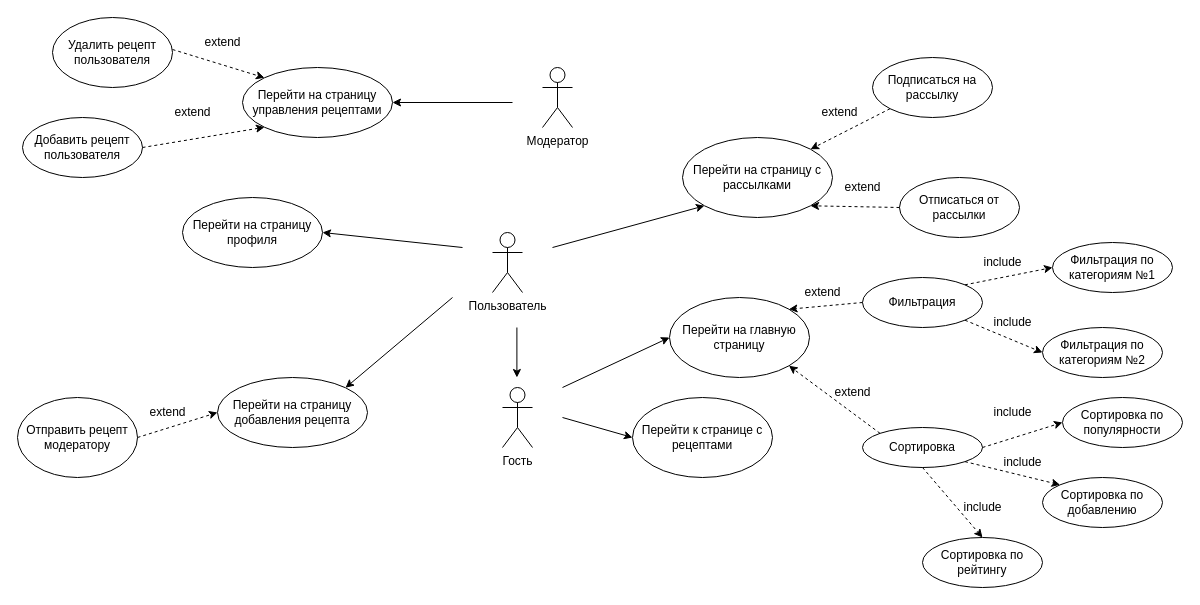
This is page "Use-case" (1 of 4) of img/Диаграмма без названия.drawio from Discordiks/Pink_girls, a draw.io file, before an edit. Source tidied: cells renumbered, new cells numbered last; positions are measured from the earlier drawing's top-left corner, leaving out a move shared by most shapes. Both pictures are drawn from the tidied source at 100%, with x=0, y=0 at pixel (17, 17).
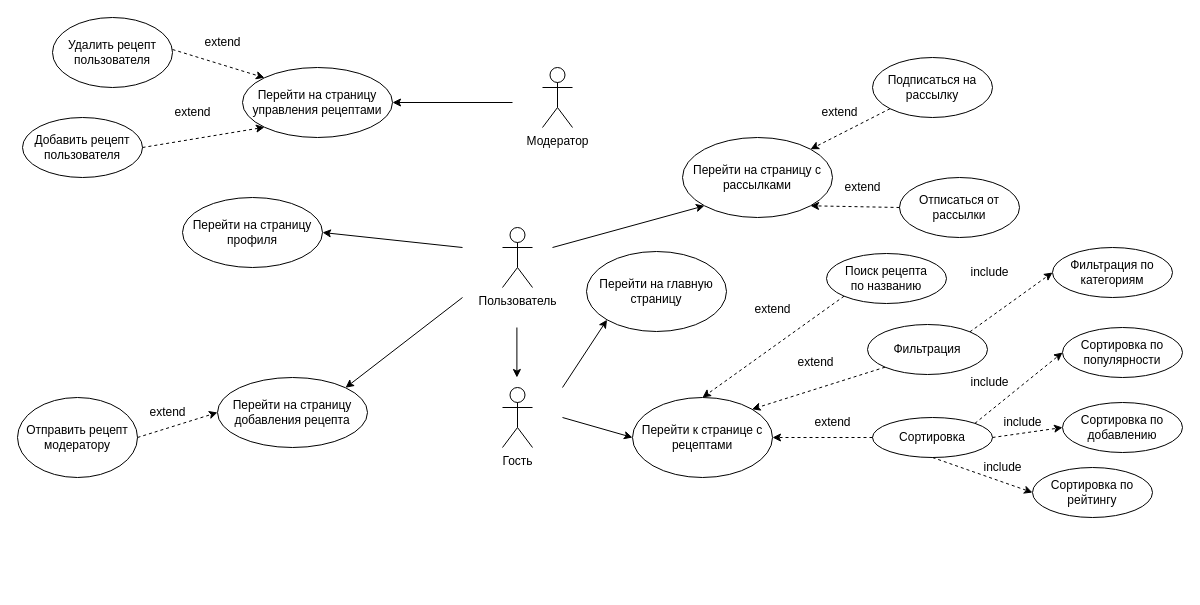
Above is the later version.

The change refers to these unchanged cells:
```xml
<mxCell id="6" value="Перейти к странице с рецептами" style="ellipse;whiteSpace=wrap;html=1;" parent="1" vertex="1">
  <mxGeometry x="615" y="380" width="140" height="80" as="geometry" />
</mxCell>
<mxCell id="11" value="Перейти на страницу добавления рецепта" style="ellipse;whiteSpace=wrap;html=1;" parent="1" vertex="1">
  <mxGeometry x="200" y="360" width="150" height="70" as="geometry" />
</mxCell>
```

The edit, as a diff of the source:
```diff
@@
     <mxCell id="3" value="Пользователь" style="shape=umlActor;verticalLabelPosition=bottom;verticalAlign=top;html=1;" parent="1" vertex="1">
-      <mxGeometry x="475" y="215" width="30" height="60" as="geometry" />
+      <mxGeometry x="485" y="210" width="30" height="60" as="geometry" />
     </mxCell>
     <mxCell id="4" value="Перейти на главную страницу" style="ellipse;whiteSpace=wrap;html=1;" parent="1" vertex="1">
-      <mxGeometry x="652" y="280" width="140" height="80" as="geometry" />
+      <mxGeometry x="569" y="234" width="140" height="80" as="geometry" />
     </mxCell>
@@
     <mxCell id="12" value="Фильтрация" style="ellipse;whiteSpace=wrap;html=1;" parent="1" vertex="1">
-      <mxGeometry x="845" y="260" width="120" height="50" as="geometry" />
+      <mxGeometry x="850" y="307" width="120" height="50" as="geometry" />
     </mxCell>
     <mxCell id="13" value="Сортировка" style="ellipse;whiteSpace=wrap;html=1;" parent="1" vertex="1">
-      <mxGeometry x="845" y="410" width="120" height="40" as="geometry" />
+      <mxGeometry x="855" y="400" width="120" height="40" as="geometry" />
     </mxCell>
     <mxCell id="14" value="Сортировка по популярности" style="ellipse;whiteSpace=wrap;html=1;" parent="1" vertex="1">
-      <mxGeometry x="1045" y="380" width="120" height="50" as="geometry" />
+      <mxGeometry x="1045" y="310" width="120" height="50" as="geometry" />
     </mxCell>
     <mxCell id="15" value="Сортировка по добавлению" style="ellipse;whiteSpace=wrap;html=1;" parent="1" vertex="1">
-      <mxGeometry x="1025" y="460" width="120" height="50" as="geometry" />
+      <mxGeometry x="1045" y="385" width="120" height="50" as="geometry" />
     </mxCell>
     <mxCell id="16" value="&lt;div&gt;Сортировка по рейтингу&lt;/div&gt;" style="ellipse;whiteSpace=wrap;html=1;" parent="1" vertex="1">
-      <mxGeometry x="905" y="520" width="120" height="50" as="geometry" />
+      <mxGeometry x="1015" y="450" width="120" height="50" as="geometry" />
     </mxCell>
-    <mxCell id="17" value="Фильтрация по категориям №1" style="ellipse;whiteSpace=wrap;html=1;" parent="1" vertex="1">
-      <mxGeometry x="1035" y="225" width="120" height="50" as="geometry" />
+    <mxCell id="17" value="Фильтрация по категориям" style="ellipse;whiteSpace=wrap;html=1;" parent="1" vertex="1">
+      <mxGeometry x="1035" y="230" width="120" height="50" as="geometry" />
     </mxCell>
-    <mxCell id="18" value="Фильтрация по категориям №2" style="ellipse;whiteSpace=wrap;html=1;" parent="1" vertex="1">
-      <mxGeometry x="1025" y="310" width="120" height="50" as="geometry" />
-    </mxCell>
@@
     <mxCell id="20" style="endArrow=classic;html=1;rounded=0;entryX=1;entryY=0;entryDx=0;entryDy=0;" parent="1" edge="1" target="11">
       <mxGeometry relative="1" as="geometry">
-        <mxPoint x="435" y="280" as="sourcePoint" />
+        <mxPoint x="445" y="280" as="sourcePoint" />
       </mxGeometry>
     </mxCell>
@@
-    <mxCell id="24" style="endArrow=classic;html=1;rounded=0;entryX=0;entryY=0.5;entryDx=0;entryDy=0;" parent="1" edge="1" target="4">
+    <mxCell id="24" style="endArrow=classic;html=1;rounded=0;entryX=0;entryY=1;entryDx=0;entryDy=0;" parent="1" edge="1" target="4">
       <mxGeometry relative="1" as="geometry">
         <mxPoint x="545" y="370" as="sourcePoint" />
       </mxGeometry>
     </mxCell>
@@
-    <mxCell id="27" style="endArrow=classic;html=1;rounded=0;entryX=1;entryY=0;entryDx=0;entryDy=0;exitX=0;exitY=0.5;exitDx=0;exitDy=0;dashed=1;" parent="1" edge="1" source="12" target="4">
+    <mxCell id="27" style="endArrow=classic;html=1;rounded=0;entryX=1;entryY=0;entryDx=0;entryDy=0;exitX=0;exitY=1;exitDx=0;exitDy=0;dashed=1;" parent="1" edge="1" source="12" target="6">
       <mxGeometry relative="1" as="geometry" />
     </mxCell>
-    <mxCell id="28" style="endArrow=classic;html=1;rounded=0;entryX=1;entryY=1;entryDx=0;entryDy=0;exitX=0;exitY=0;exitDx=0;exitDy=0;dashed=1;" parent="1" edge="1" source="13" target="4">
+    <mxCell id="28" style="endArrow=classic;html=1;rounded=0;exitX=0;exitY=0.5;exitDx=0;exitDy=0;dashed=1;entryX=1;entryY=0.5;entryDx=0;entryDy=0;" parent="1" edge="1" source="13" target="6">
       <mxGeometry relative="1" as="geometry" />
     </mxCell>
-    <mxCell id="29" style="endArrow=classic;html=1;rounded=0;entryX=0;entryY=0.5;entryDx=0;entryDy=0;exitX=1;exitY=0.5;exitDx=0;exitDy=0;dashed=1;" parent="1" edge="1" source="13" target="14">
+    <mxCell id="29" style="endArrow=classic;html=1;rounded=0;entryX=0;entryY=0.5;entryDx=0;entryDy=0;exitX=1;exitY=0;exitDx=0;exitDy=0;dashed=1;" parent="1" edge="1" source="13" target="14">
       <mxGeometry relative="1" as="geometry" />
     </mxCell>
-    <mxCell id="30" style="endArrow=classic;html=1;rounded=0;entryX=0;entryY=0;entryDx=0;entryDy=0;exitX=1;exitY=1;exitDx=0;exitDy=0;dashed=1;" parent="1" edge="1" source="13" target="15">
+    <mxCell id="30" style="endArrow=classic;html=1;rounded=0;entryX=0;entryY=0.5;entryDx=0;entryDy=0;exitX=1;exitY=0.5;exitDx=0;exitDy=0;dashed=1;" parent="1" edge="1" source="13" target="15">
       <mxGeometry relative="1" as="geometry" />
     </mxCell>
-    <mxCell id="31" style="endArrow=classic;html=1;rounded=0;entryX=0.5;entryY=0;entryDx=0;entryDy=0;exitX=0.5;exitY=1;exitDx=0;exitDy=0;dashed=1;" parent="1" edge="1" source="13" target="16">
+    <mxCell id="31" style="endArrow=classic;html=1;rounded=0;entryX=0;entryY=0.5;entryDx=0;entryDy=0;exitX=0.5;exitY=1;exitDx=0;exitDy=0;dashed=1;" parent="1" edge="1" source="13" target="16">
       <mxGeometry relative="1" as="geometry" />
     </mxCell>
@@
-    <mxCell id="33" style="endArrow=classic;html=1;rounded=0;entryX=0;entryY=0.5;entryDx=0;entryDy=0;exitX=1;exitY=1;exitDx=0;exitDy=0;dashed=1;" parent="1" edge="1" source="12" target="18">
-      <mxGeometry relative="1" as="geometry" />
-    </mxCell>
@@
     <mxCell id="45" value="extend" style="text;html=1;align=center;verticalAlign=middle;strokeColor=none;fillColor=none;" parent="1" vertex="1">
-      <mxGeometry x="775" y="260" width="60" height="30" as="geometry" />
+      <mxGeometry x="768" y="330" width="60" height="30" as="geometry" />
     </mxCell>
@@
     <mxCell id="48" value="extend" style="text;html=1;align=center;verticalAlign=middle;strokeColor=none;fillColor=none;" parent="1" vertex="1">
-      <mxGeometry x="805" y="360" width="60" height="30" as="geometry" />
+      <mxGeometry x="785" y="390" width="60" height="30" as="geometry" />
     </mxCell>
     <mxCell id="49" value="include" style="text;html=1;align=center;verticalAlign=middle;strokeColor=none;fillColor=none;" parent="1" vertex="1">
-      <mxGeometry x="955" y="230" width="60" height="30" as="geometry" />
+      <mxGeometry x="942" y="240" width="60" height="30" as="geometry" />
     </mxCell>
-    <mxCell id="50" value="include" style="text;html=1;align=center;verticalAlign=middle;strokeColor=none;fillColor=none;" parent="1" vertex="1">
-      <mxGeometry x="965" y="290" width="60" height="30" as="geometry" />
-    </mxCell>
     <mxCell id="51" value="include" style="text;html=1;align=center;verticalAlign=middle;strokeColor=none;fillColor=none;" parent="1" vertex="1">
-      <mxGeometry x="965" y="380" width="60" height="30" as="geometry" />
+      <mxGeometry x="942" y="350" width="60" height="30" as="geometry" />
     </mxCell>
     <mxCell id="52" value="include" style="text;html=1;align=center;verticalAlign=middle;strokeColor=none;fillColor=none;" parent="1" vertex="1">
-      <mxGeometry x="975" y="430" width="60" height="30" as="geometry" />
+      <mxGeometry x="975" y="390" width="60" height="30" as="geometry" />
     </mxCell>
     <mxCell id="53" value="include" style="text;html=1;align=center;verticalAlign=middle;strokeColor=none;fillColor=none;" parent="1" vertex="1">
-      <mxGeometry x="935" y="475" width="60" height="30" as="geometry" />
+      <mxGeometry x="955" y="435" width="60" height="30" as="geometry" />
     </mxCell>
+    <mxCell id="54" value="&lt;div&gt;Поиск рецепта&lt;/div&gt;&lt;div&gt;по названию&lt;/div&gt;" style="ellipse;whiteSpace=wrap;html=1;" parent="1" vertex="1">
+      <mxGeometry x="809" y="236" width="120" height="50" as="geometry" />
+    </mxCell>
+    <mxCell id="55" value="extend" style="text;html=1;align=center;verticalAlign=middle;strokeColor=none;fillColor=none;" parent="1" vertex="1">
+      <mxGeometry x="725" y="277" width="60" height="30" as="geometry" />
+    </mxCell>
+    <mxCell id="56" style="endArrow=classic;html=1;rounded=0;entryX=0.5;entryY=0;entryDx=0;entryDy=0;exitX=0;exitY=1;exitDx=0;exitDy=0;dashed=1;" parent="1" edge="1" source="54" target="6">
+      <mxGeometry relative="1" as="geometry" />
+    </mxCell>
```
